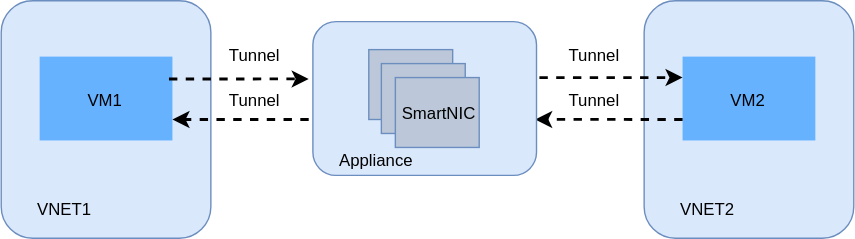
Before: documentation/vnet2vnet-service/design/images/vm-to-vm-communication-vnet.svg, a diagram exported from draw.io (sonic-net/DASH). Source tidied: cells renumbered, new cells last; positions are measured from the earlier drawing's top-left corner, leaving out a move shared by most shapes.
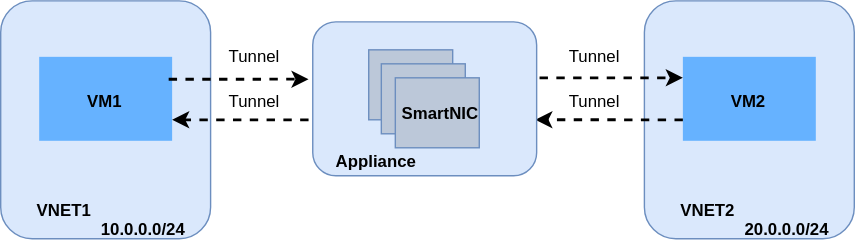
The same diagram one commit later.

The edit, as a diff of the source:
```diff
@@ -8,7 +8,7 @@
     <mxCell id="3" style="rounded=1;whiteSpace=wrap;html=1;fillColor=#dae8fc;strokeColor=#6c8ebf;" parent="2" vertex="1">
       <mxGeometry width="150" height="170" as="geometry" />
     </mxCell>
-    <mxCell id="4" value="VNET1" style="text;html=1;align=center;verticalAlign=middle;strokeColor=none;fillColor=none;" parent="2" vertex="1">
+    <mxCell id="4" value="&lt;b&gt;VNET1&lt;/b&gt;" style="text;html=1;align=center;verticalAlign=middle;strokeColor=none;fillColor=none;" parent="2" vertex="1">
       <mxGeometry x="20" y="140" width="50" height="20" as="geometry" />
     </mxCell>
     <mxCell id="5" style="group;" parent="2" vertex="1">
@@ -17,16 +17,19 @@
     <mxCell id="6" style="rounded=0;whiteSpace=wrap;html=1;fillColor=#66B2FF;strokeColor=none;" parent="5" vertex="1">
       <mxGeometry width="95" height="60" as="geometry" />
     </mxCell>
-    <mxCell id="7" value="VM1" style="text;html=1;align=center;verticalAlign=middle;strokeColor=none;fillColor=none;" parent="5" vertex="1">
+    <mxCell id="7" value="&lt;b&gt;VM1&lt;/b&gt;" style="text;html=1;align=center;verticalAlign=middle;strokeColor=none;fillColor=none;" parent="5" vertex="1">
       <mxGeometry x="26.5" y="22" width="40" height="20" as="geometry" />
     </mxCell>
+    <mxCell id="29" value="&lt;b&gt;&lt;font style=&quot;font-size: 12px;&quot;&gt;10.0.0.0/24&lt;/font&gt;&lt;/b&gt;" style="text;whiteSpace=wrap;html=1;" parent="2" vertex="1">
+      <mxGeometry x="70" y="150" width="70" height="20" as="geometry" />
+    </mxCell>
     <mxCell id="8" style="group;" parent="1" vertex="1">
       <mxGeometry x="460" width="150" height="170" as="geometry" />
     </mxCell>
     <mxCell id="9" style="rounded=1;whiteSpace=wrap;html=1;fillColor=#dae8fc;strokeColor=#6c8ebf;" parent="8" vertex="1">
       <mxGeometry width="150" height="170" as="geometry" />
     </mxCell>
-    <mxCell id="10" value="VNET2" style="text;html=1;align=center;verticalAlign=middle;strokeColor=none;fillColor=none;" parent="8" vertex="1">
+    <mxCell id="10" value="&lt;b&gt;VNET2&lt;/b&gt;" style="text;html=1;align=center;verticalAlign=middle;strokeColor=none;fillColor=none;" parent="8" vertex="1">
       <mxGeometry x="20" y="140" width="50" height="20" as="geometry" />
     </mxCell>
     <mxCell id="11" style="group;" parent="8" vertex="1">
@@ -35,9 +38,12 @@
     <mxCell id="12" style="rounded=0;whiteSpace=wrap;html=1;fillColor=#66B2FF;strokeColor=none;" parent="11" vertex="1">
       <mxGeometry width="95" height="60" as="geometry" />
     </mxCell>
-    <mxCell id="13" value="VM2" style="text;html=1;align=center;verticalAlign=middle;strokeColor=none;fillColor=none;" parent="11" vertex="1">
+    <mxCell id="13" value="&lt;b&gt;VM2&lt;/b&gt;" style="text;html=1;align=center;verticalAlign=middle;strokeColor=none;fillColor=none;" parent="11" vertex="1">
       <mxGeometry x="26.5" y="22" width="40" height="20" as="geometry" />
     </mxCell>
+    <mxCell id="30" value="&lt;b&gt;&lt;font style=&quot;font-size: 12px;&quot;&gt;20.0.0.0/24&lt;/font&gt;&lt;/b&gt;" style="text;whiteSpace=wrap;html=1;" parent="8" vertex="1">
+      <mxGeometry x="70" y="150" width="70" height="20" as="geometry" />
+    </mxCell>
     <mxCell id="14" style="edgeStyle=orthogonalEdgeStyle;rounded=0;jettySize=auto;html=1;exitX=0.974;exitY=0.267;exitDx=0;exitDy=0;strokeWidth=2;dashed=1;exitPerimeter=0;" parent="1" edge="1" source="6">
       <mxGeometry relative="1" as="geometry">
         <mxPoint x="220" y="56" as="targetPoint" />
@@ -72,7 +78,7 @@
     <mxCell id="23" style="rounded=1;whiteSpace=wrap;html=1;fillColor=#dae8fc;strokeColor=#6c8ebf;fontStyle=0;" parent="22" vertex="1">
       <mxGeometry width="160" height="110" as="geometry" />
     </mxCell>
-    <mxCell id="24" value="&lt;span&gt;Appliance&lt;/span&gt;" style="text;html=1;align=center;verticalAlign=middle;strokeColor=none;fillColor=none;fontStyle=0;" parent="22" vertex="1">
+    <mxCell id="24" value="&lt;span&gt;&lt;b&gt;Appliance&lt;/b&gt;&lt;/span&gt;" style="text;html=1;align=center;verticalAlign=middle;strokeColor=none;fillColor=none;fontStyle=0;" parent="22" vertex="1">
       <mxGeometry x="10" y="90" width="70" height="20" as="geometry" />
     </mxCell>
     <mxCell id="25" style="rounded=0;whiteSpace=wrap;html=1;fillColor=#BCC8D9;strokeColor=#6c8ebf;fontStyle=0;" parent="22" vertex="1">
@@ -84,7 +90,7 @@
     <mxCell id="27" style="rounded=0;whiteSpace=wrap;html=1;fillColor=#BCC8D9;strokeColor=#6c8ebf;fontStyle=0;" parent="22" vertex="1">
       <mxGeometry x="59" y="40" width="60" height="50" as="geometry" />
     </mxCell>
-    <mxCell id="28" value="SmartNIC" style="text;whiteSpace=wrap;html=1;fontSize=12;" parent="22" vertex="1">
+    <mxCell id="28" value="&lt;b&gt;SmartNIC&lt;/b&gt;" style="text;whiteSpace=wrap;html=1;fontSize=12;" parent="22" vertex="1">
       <mxGeometry x="62" y="52" width="30" height="30" as="geometry" />
     </mxCell>
   </root>
```
